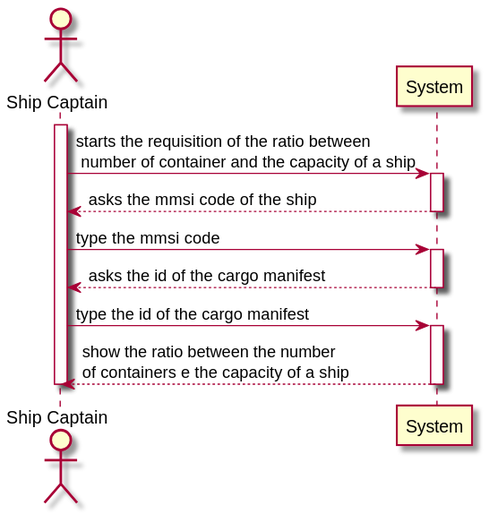
Before: docs/US208/SD_US208.svg, a diagram exported from PlantUML (0franciscor/lapr3-2021-g042). The source it was exported from:
```plantuml
@startuml
actor "Ship Captain" as SC
participant "System" as SY

activate SC
SC->SY : starts the requisition of the ratio between\n number of container and the capacity of a ship
activate SY

SY--> SC : asks the mmsi code of the ship
deactivate SY

SC->SY : type the mmsi code
activate SY
SY --> SC : asks the id of the cargo manifest
deactivate SY
SC -> SY : type the id of the cargo manifest
activate SY
SY-->SC : show the ratio between the number \nof containers e the capacity of a ship
deactivate SY
deactivate SC

@enduml
```
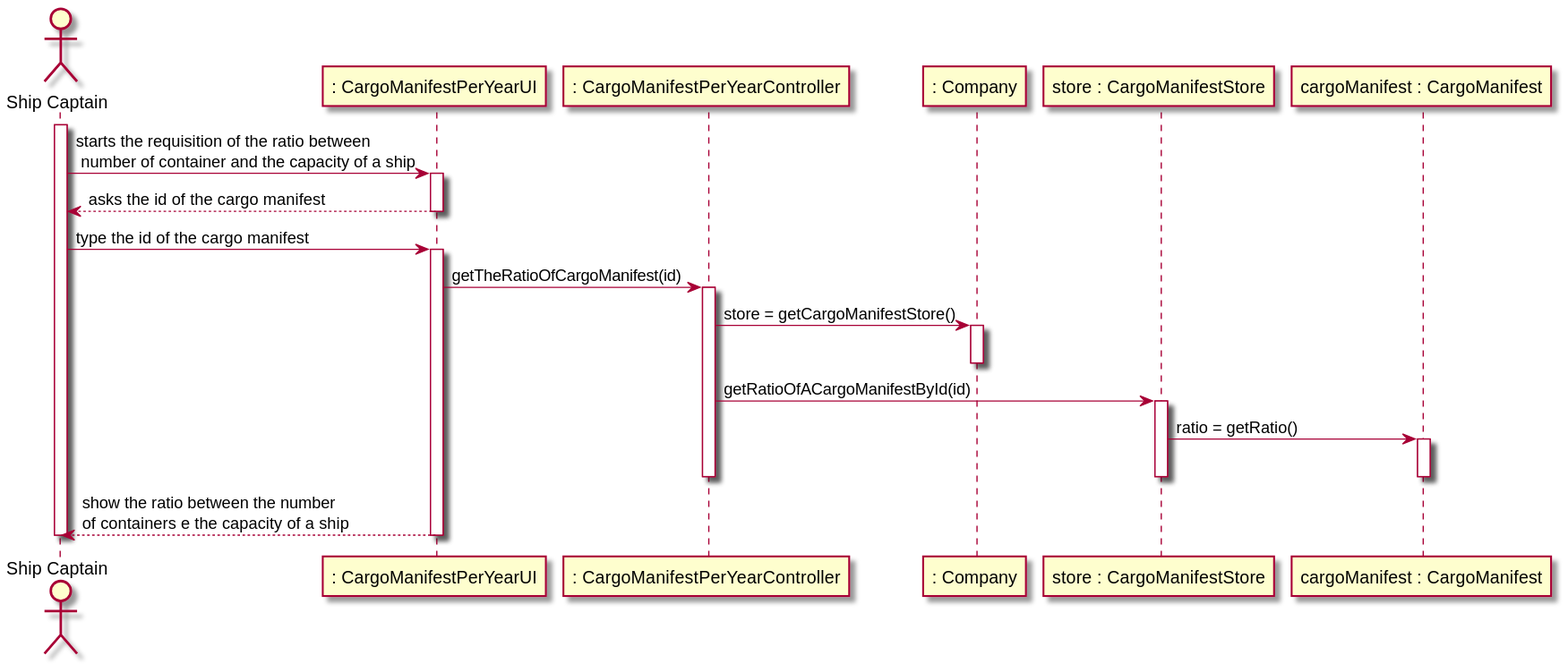
Above is the later version.

Change to the diagram source:
```diff
@@ -1,22 +1,35 @@
 @startuml
+
 actor "Ship Captain" as SC
-participant "System" as SY
+participant ": CargoManifestPerYearUI" as UI
+participant ": CargoManifestPerYearController" as CT
+participant ": Company" as CP
+participant "store : CargoManifestStore" as ST
+participant "cargoManifest : CargoManifest" as CM
+
 
 activate SC
-SC->SY : starts the requisition of the ratio between\n number of container and the capacity of a ship
-activate SY
+SC->UI : starts the requisition of the ratio between\n number of container and the capacity of a ship
+activate UI
+UI --> SC : asks the id of the cargo manifest
+deactivate UI
+SC -> UI : type the id of the cargo manifest
+activate UI
+UI->CT : getTheRatioOfCargoManifest(id)
+activate CT
+CT-> CP : store = getCargoManifestStore()
+activate CP
+deactivate CP
+CT -> ST : getRatioOfACargoManifestById(id)
+activate ST
+ST -> CM : ratio = getRatio()
+activate CM
+deactivate CM
+deactivate ST
 
-SY--> SC : asks the mmsi code of the ship
-deactivate SY
-
-SC->SY : type the mmsi code
-activate SY
-SY --> SC : asks the id of the cargo manifest
-deactivate SY
-SC -> SY : type the id of the cargo manifest
-activate SY
-SY-->SC : show the ratio between the number \nof containers e the capacity of a ship
-deactivate SY
+deactivate CT
+UI-->SC : show the ratio between the number \nof containers e the capacity of a ship
+deactivate UI
 deactivate SC
 
 @enduml
```
